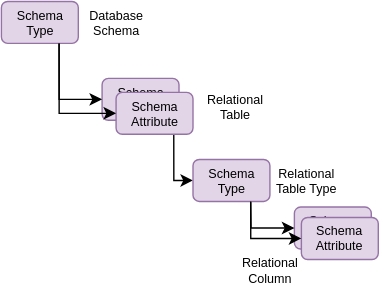
Above: site/docs/practices/common-data-definitions/semantic-to-implementation-schemas.svg in odpi/egeria-docs (draw.io), before the change. Source tidied: cells renumbered, new cells last; positions are measured from the earlier drawing's top-left corner, leaving out a move shared by most shapes.
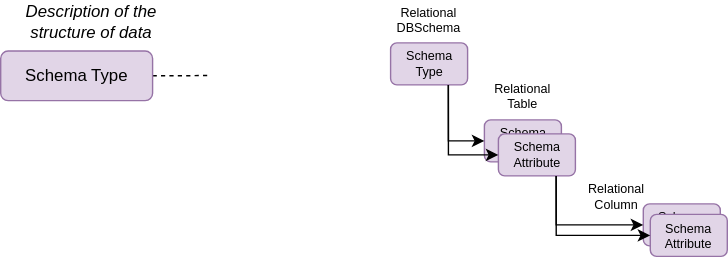
The same file after the commit.

What changed in the source:
```diff
@@ -3,56 +3,57 @@
     <mxCell id="0" />
     <mxCell id="1" parent="0" />
     <mxCell id="2" value="Schema Type" style="rounded=1;whiteSpace=wrap;html=1;strokeColor=#9673a6;fillColor=#e1d5e7;fontSize=9;" parent="1" vertex="1">
-      <mxGeometry x="-0.5" y="0.5" width="55" height="30" as="geometry" />
+      <mxGeometry x="4.5" y="38" width="55" height="30" as="geometry" />
     </mxCell>
-    <mxCell id="3" style="edgeStyle=orthogonalEdgeStyle;rounded=0;html=1;exitX=0.75;exitY=1;entryX=0;entryY=0.5;startArrow=none;startFill=0;endArrow=classic;endFill=1;jettySize=auto;fontSize=9;" parent="1" edge="1" source="5" target="14">
-      <mxGeometry relative="1" as="geometry">
-        <Array as="points">
-          <mxPoint x="123" y="129" />
-        </Array>
-      </mxGeometry>
+    <mxCell id="3" value="Schema Attribute" style="rounded=1;whiteSpace=wrap;html=1;strokeColor=#9673a6;fillColor=#e1d5e7;fontSize=9;" parent="1" vertex="1">
+      <mxGeometry x="71.5" y="93" width="55" height="30" as="geometry" />
     </mxCell>
     <mxCell id="4" value="Schema Attribute" style="rounded=1;whiteSpace=wrap;html=1;strokeColor=#9673a6;fillColor=#e1d5e7;fontSize=9;" parent="1" vertex="1">
-      <mxGeometry x="71.5" y="55.5" width="55" height="30" as="geometry" />
+      <mxGeometry x="81.5" y="103" width="55" height="30" as="geometry" />
     </mxCell>
-    <mxCell id="5" value="Schema Attribute" style="rounded=1;whiteSpace=wrap;html=1;strokeColor=#9673a6;fillColor=#e1d5e7;fontSize=9;" parent="1" vertex="1">
-      <mxGeometry x="81.5" y="65.5" width="55" height="30" as="geometry" />
+    <mxCell id="5" style="edgeStyle=orthogonalEdgeStyle;rounded=0;html=1;exitX=0.75;exitY=1;entryX=0;entryY=0.5;startArrow=none;startFill=0;endArrow=classic;endFill=1;jettySize=auto;fontSize=9;" parent="1" edge="1" source="2" target="3">
+      <mxGeometry relative="1" as="geometry" />
     </mxCell>
-    <mxCell id="6" style="edgeStyle=orthogonalEdgeStyle;rounded=0;html=1;exitX=0.75;exitY=1;entryX=0;entryY=0.5;startArrow=none;startFill=0;endArrow=classic;endFill=1;jettySize=auto;fontSize=9;" parent="1" edge="1" source="2" target="4">
-      <mxGeometry relative="1" as="geometry" />
+    <mxCell id="6" value="Schema Attribute" style="rounded=1;whiteSpace=wrap;html=1;strokeColor=#9673a6;fillColor=#e1d5e7;fontSize=9;" parent="1" vertex="1">
+      <mxGeometry x="185" y="153" width="55" height="30" as="geometry" />
     </mxCell>
     <mxCell id="7" value="Schema Attribute" style="rounded=1;whiteSpace=wrap;html=1;strokeColor=#9673a6;fillColor=#e1d5e7;fontSize=9;" parent="1" vertex="1">
-      <mxGeometry x="209" y="147.5" width="55" height="30" as="geometry" />
+      <mxGeometry x="190" y="160.5" width="55" height="30" as="geometry" />
     </mxCell>
-    <mxCell id="8" value="Schema Attribute" style="rounded=1;whiteSpace=wrap;html=1;strokeColor=#9673a6;fillColor=#e1d5e7;fontSize=9;" parent="1" vertex="1">
-      <mxGeometry x="214" y="155" width="55" height="30" as="geometry" />
+    <mxCell id="8" value="Relational&lt;br&gt;DBSchema" style="text;html=1;strokeColor=none;fillColor=none;align=center;verticalAlign=middle;whiteSpace=wrap;rounded=0;fontSize=9;" parent="1" vertex="1">
+      <mxGeometry x="12" y="12.5" width="40" height="18" as="geometry" />
     </mxCell>
-    <mxCell id="9" style="edgeStyle=orthogonalEdgeStyle;rounded=0;html=1;exitX=0.75;exitY=1;entryX=0;entryY=0.5;startArrow=none;startFill=0;endArrow=classic;endFill=1;jettySize=auto;fontSize=9;" parent="1" edge="1" source="14" target="8">
-      <mxGeometry relative="1" as="geometry" />
+    <mxCell id="9" value="Relational Table" style="text;html=1;strokeColor=none;fillColor=none;align=center;verticalAlign=middle;whiteSpace=wrap;rounded=0;fontSize=9;" parent="1" vertex="1">
+      <mxGeometry x="79" y="65.5" width="40" height="20" as="geometry" />
     </mxCell>
-    <mxCell id="10" value="Database Schema" style="text;html=1;strokeColor=none;fillColor=none;align=center;verticalAlign=middle;whiteSpace=wrap;rounded=0;fontSize=9;" parent="1" vertex="1">
-      <mxGeometry x="62" y="5.5" width="40" height="20" as="geometry" />
+    <mxCell id="10" value="Relational Column" style="text;html=1;strokeColor=none;fillColor=none;align=center;verticalAlign=middle;whiteSpace=wrap;rounded=0;fontSize=9;" parent="1" vertex="1">
+      <mxGeometry x="146" y="138" width="40" height="20" as="geometry" />
     </mxCell>
-    <mxCell id="11" value="Relational Table" style="text;html=1;strokeColor=none;fillColor=none;align=center;verticalAlign=middle;whiteSpace=wrap;rounded=0;fontSize=9;" parent="1" vertex="1">
-      <mxGeometry x="146.5" y="65.5" width="40" height="20" as="geometry" />
+    <mxCell id="11" style="edgeStyle=orthogonalEdgeStyle;rounded=0;html=1;exitX=1;exitY=0.5;startArrow=none;startFill=0;endArrow=none;endFill=0;jettySize=auto;fontSize=12;fontColor=#000000;dashed=1;" parent="1" edge="1" source="12">
+      <mxGeometry relative="1" as="geometry">
+        <mxPoint x="-125.5" y="61.2" as="targetPoint" />
+      </mxGeometry>
     </mxCell>
-    <mxCell id="12" value="Relational Table Type" style="text;html=1;strokeColor=none;fillColor=none;align=center;verticalAlign=middle;whiteSpace=wrap;rounded=0;fontSize=9;" parent="1" vertex="1">
-      <mxGeometry x="192.5" y="118.5" width="50" height="20" as="geometry" />
+    <mxCell id="12" value="Schema Type" style="rounded=1;whiteSpace=wrap;html=1;strokeColor=#9673a6;fillColor=#e1d5e7;fontSize=12;" parent="1" vertex="1">
+      <mxGeometry x="-274" y="43.8" width="108.5" height="35.5" as="geometry" />
     </mxCell>
-    <mxCell id="13" value="Relational Column" style="text;html=1;strokeColor=none;fillColor=none;align=center;verticalAlign=middle;whiteSpace=wrap;rounded=0;fontSize=9;" parent="1" vertex="1">
-      <mxGeometry x="171.5" y="182.5" width="40" height="20" as="geometry" />
+    <mxCell id="13" value="Description of the structure of data" style="text;html=1;strokeColor=none;fillColor=none;align=center;verticalAlign=middle;whiteSpace=wrap;rounded=0;fontSize=12;fontColor=#000000;fontStyle=2;" parent="1" vertex="1">
+      <mxGeometry x="-264" y="8" width="110" height="30" as="geometry" />
     </mxCell>
-    <mxCell id="14" value="Schema Type" style="rounded=1;whiteSpace=wrap;html=1;strokeColor=#9673a6;fillColor=#e1d5e7;fontSize=9;" parent="1" vertex="1">
-      <mxGeometry x="136.5" y="113.5" width="55" height="30" as="geometry" />
+    <mxCell id="14" style="edgeStyle=orthogonalEdgeStyle;rounded=0;html=1;exitX=0.75;exitY=1;entryX=0;entryY=0.5;startArrow=none;startFill=0;endArrow=classic;endFill=1;jettySize=auto;fontSize=9;" parent="1" edge="1" source="2" target="4">
+      <mxGeometry relative="1" as="geometry" />
     </mxCell>
-    <mxCell id="15" style="edgeStyle=orthogonalEdgeStyle;rounded=0;html=1;exitX=0.75;exitY=1;entryX=0;entryY=0.5;startArrow=none;startFill=0;endArrow=classic;endFill=1;jettySize=auto;fontSize=9;" parent="1" edge="1" source="2" target="5">
-      <mxGeometry relative="1" as="geometry" />
+    <mxCell id="15" style="edgeStyle=orthogonalEdgeStyle;rounded=0;html=1;exitX=0.75;exitY=1;entryX=0;entryY=0.5;startArrow=none;startFill=0;endArrow=classic;endFill=1;jettySize=auto;fontSize=9;exitDx=0;exitDy=0;" parent="1" edge="1" source="4" target="6">
+      <mxGeometry relative="1" as="geometry">
+        <Array as="points">
+          <mxPoint x="123" y="168" />
+        </Array>
+      </mxGeometry>
     </mxCell>
-    <mxCell id="16" style="edgeStyle=orthogonalEdgeStyle;rounded=0;html=1;exitX=0.75;exitY=1;entryX=0;entryY=0.5;startArrow=none;startFill=0;endArrow=classic;endFill=1;jettySize=auto;fontSize=9;" parent="1" edge="1" source="14" target="7">
+    <mxCell id="16" style="edgeStyle=orthogonalEdgeStyle;rounded=0;html=1;exitX=0.75;exitY=1;entryX=0;entryY=0.5;startArrow=none;startFill=0;endArrow=classic;endFill=1;jettySize=auto;fontSize=9;entryDx=0;entryDy=0;" parent="1" edge="1" source="4" target="7">
       <mxGeometry relative="1" as="geometry">
         <Array as="points">
-          <mxPoint x="178" y="148" />
-          <mxPoint x="178" y="163" />
+          <mxPoint x="123" y="176" />
         </Array>
       </mxGeometry>
     </mxCell>
```
